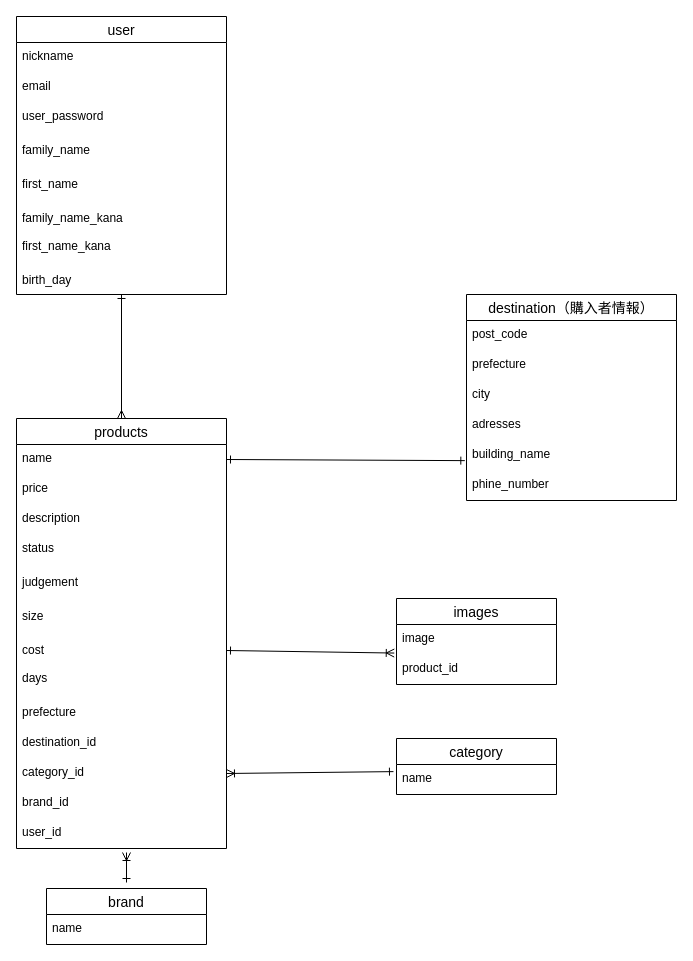
Above: furima.dio in nono2chan/furima-39100 (draw.io), before the change. Source tidied: cells renumbered, new cells numbered last; positions are measured from the earlier drawing's top-left corner, leaving out a move shared by most shapes. Both pictures are drawn from the tidied source at 100%, with x=0, y=0 at pixel (16, 16).
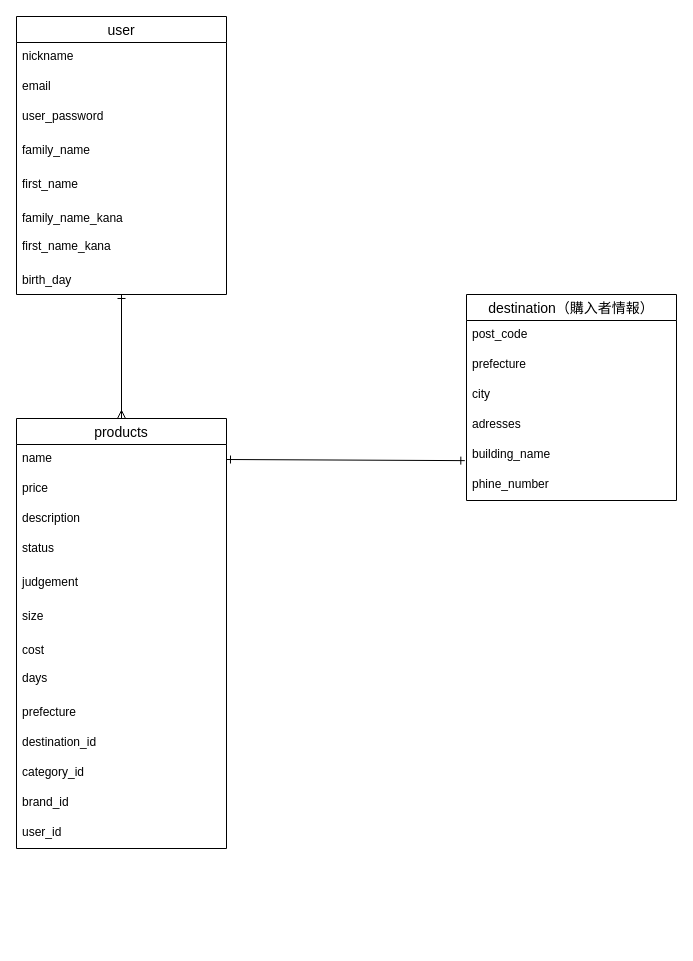
The same diagram, later.

Unchanged cells that the change refers to:
```xml
<mxCell id="22" value="cost" style="text;strokeColor=none;fillColor=none;spacingLeft=4;spacingRight=4;overflow=hidden;points=[[0,0.5],[1,0.5]];portConstraint=eastwest;fontSize=12;" parent="15" vertex="1">
  <mxGeometry y="218" width="210" height="28" as="geometry" />
</mxCell>
<mxCell id="26" value="category_id" style="text;strokeColor=none;fillColor=none;spacingLeft=4;spacingRight=4;overflow=hidden;points=[[0,0.5],[1,0.5]];portConstraint=eastwest;fontSize=12;" parent="15" vertex="1">
  <mxGeometry y="340" width="210" height="30" as="geometry" />
</mxCell>
```

What changed in the source:
```diff
@@
-    <mxCell id="12" value="images" style="swimlane;fontStyle=0;horizontal=1;startSize=26;align=center;fontSize=14;strokeColor=default;" parent="1" vertex="1">
-      <mxGeometry x="380" y="582" width="160" height="86" as="geometry" />
-    </mxCell>
-    <mxCell id="13" value="image" style="text;strokeColor=none;fillColor=none;spacingLeft=4;spacingRight=4;overflow=hidden;points=[[0,0.5],[1,0.5]];portConstraint=eastwest;fontSize=12;" parent="12" vertex="1">
-      <mxGeometry y="26" width="160" height="30" as="geometry" />
-    </mxCell>
-    <mxCell id="14" value="product_id" style="text;strokeColor=none;fillColor=none;spacingLeft=4;spacingRight=4;overflow=hidden;fontSize=12;" parent="12" vertex="1">
-      <mxGeometry y="56" width="160" height="30" as="geometry" />
-    </mxCell>
@@
-    <mxCell id="36" value="category" style="swimlane;fontStyle=0;horizontal=1;startSize=26;align=center;fontSize=14;strokeColor=default;" parent="1" vertex="1">
-      <mxGeometry x="380" y="722" width="160" height="56" as="geometry" />
-    </mxCell>
-    <mxCell id="37" value="name" style="text;strokeColor=none;fillColor=none;spacingLeft=4;spacingRight=4;overflow=hidden;points=[[0,0.5],[1,0.5]];portConstraint=eastwest;fontSize=12;" parent="36" vertex="1">
-      <mxGeometry y="26" width="160" height="30" as="geometry" />
-    </mxCell>
-    <mxCell id="38" style="edgeStyle=none;rounded=0;html=1;exitX=1;exitY=0.5;exitDx=0;exitDy=0;entryX=-0.014;entryY=0.952;entryDx=0;entryDy=0;startArrow=ERone;startFill=0;endArrow=ERoneToMany;endFill=0;entryPerimeter=0;" parent="1" edge="1" source="22" target="13">
-      <mxGeometry relative="1" as="geometry" />
-    </mxCell>
-    <mxCell id="39" style="edgeStyle=none;rounded=0;html=1;exitX=-0.019;exitY=0.237;exitDx=0;exitDy=0;startArrow=ERone;startFill=0;endArrow=ERoneToMany;endFill=0;entryX=1;entryY=0.5;entryDx=0;entryDy=0;exitPerimeter=0;" parent="1" edge="1" source="37" target="26">
-      <mxGeometry relative="1" as="geometry" />
-    </mxCell>
-    <mxCell id="40" value="brand" style="swimlane;fontStyle=0;horizontal=1;startSize=26;align=center;fontSize=14;strokeColor=default;" parent="1" vertex="1">
-      <mxGeometry x="30" y="872" width="160" height="56" as="geometry" />
-    </mxCell>
-    <mxCell id="41" value="name" style="text;strokeColor=none;fillColor=none;spacingLeft=4;spacingRight=4;overflow=hidden;fontSize=12;" parent="40" vertex="1">
-      <mxGeometry y="26" width="160" height="30" as="geometry" />
-    </mxCell>
@@
-    <mxCell id="43" style="edgeStyle=none;rounded=0;html=1;startArrow=ERone;startFill=0;endArrow=ERoneToMany;endFill=0;exitX=0.5;exitY=0;exitDx=0;exitDy=0;" parent="1" edge="1">
-      <mxGeometry relative="1" as="geometry">
-        <mxPoint x="110" y="866" as="sourcePoint" />
-        <mxPoint x="110" y="836" as="targetPoint" />
-      </mxGeometry>
-    </mxCell>
```
